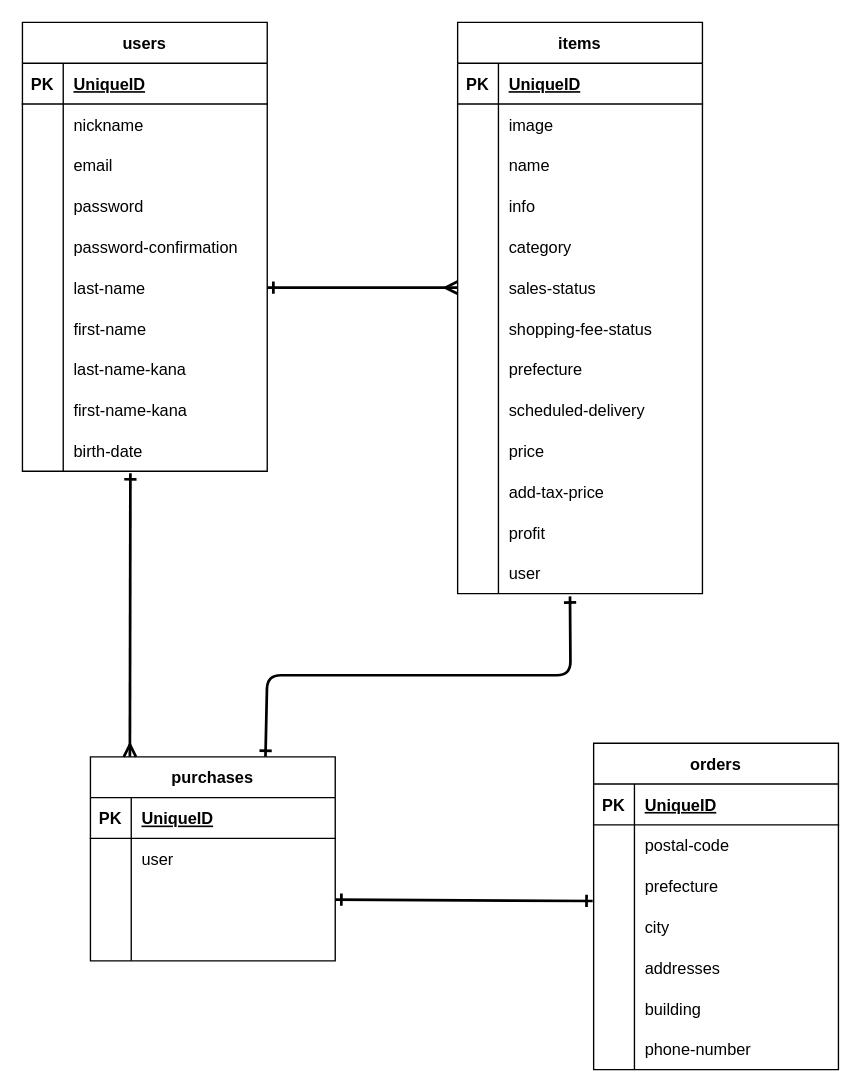
Above: furima.dio in mylrella1102/furima-39300 (draw.io), before the change. Source tidied: cells renumbered, new cells numbered last; positions are measured from the earlier drawing's top-left corner, leaving out a move shared by most shapes. Both pictures are drawn from the tidied source at 136%, with x=0, y=0 at pixel (22, 22).
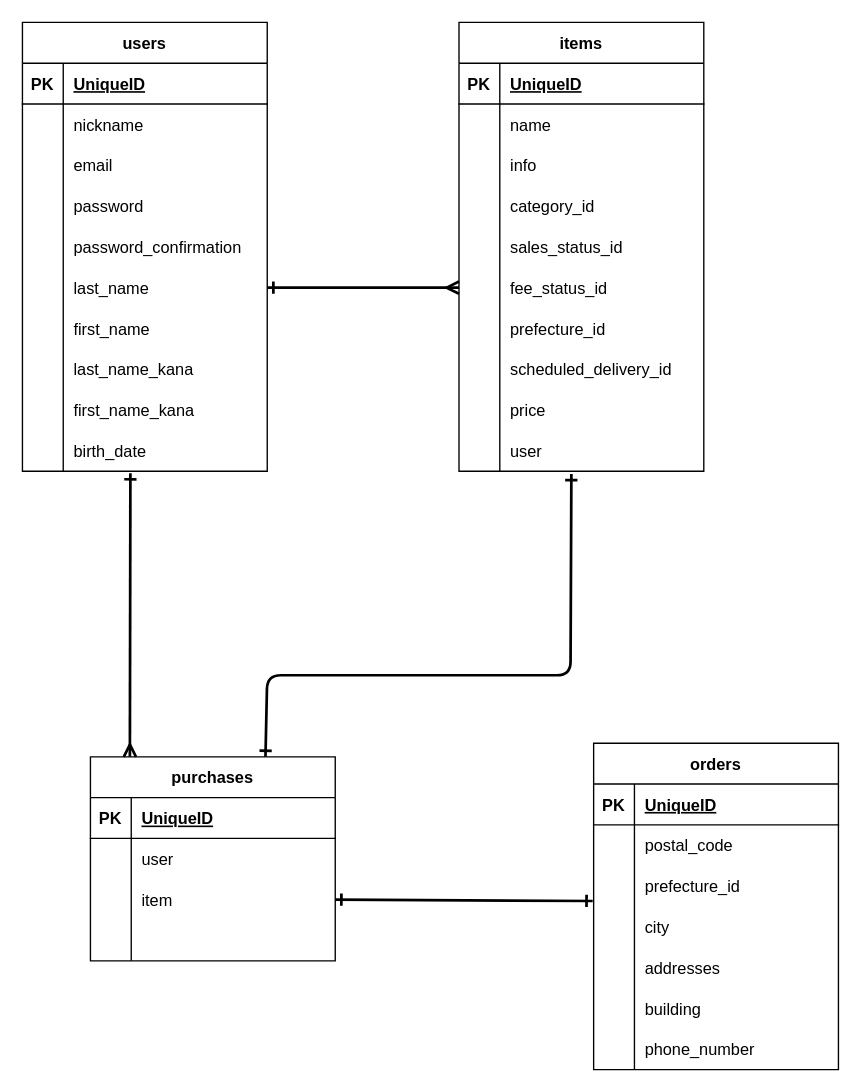
Above is the later version.

Commit message (it also covers changes not shown here):
ER図、READMEの修正

Unchanged cells that the change refers to:
```xml
<mxCell id="9" style="shape=tableRow;horizontal=0;startSize=0;swimlaneHead=0;swimlaneBody=0;fillColor=none;points=[[0,0.5],[1,0.5]];portConstraint=eastwest;top=0;left=0;right=0;bottom=0;" parent="2" vertex="1">
  <mxGeometry y="90" width="180" height="30" as="geometry" />
</mxCell>
<mxCell id="29" style="shape=tableRow;horizontal=0;startSize=0;swimlaneHead=0;swimlaneBody=0;fillColor=none;top=0;left=0;right=0;bottom=0;" parent="16" vertex="1">
  <mxGeometry y="150" width="180" height="30" as="geometry" />
</mxCell>
<mxCell id="32" style="shape=tableRow;horizontal=0;startSize=0;swimlaneHead=0;swimlaneBody=0;fillColor=none;points=[[0,0.5],[1,0.5]];portConstraint=eastwest;top=0;left=0;right=0;bottom=0;" parent="16" vertex="1">
  <mxGeometry y="180" width="180" height="30" as="geometry" />
</mxCell>
<mxCell id="35" style="shape=tableRow;horizontal=0;startSize=0;swimlaneHead=0;swimlaneBody=0;fillColor=none;top=0;left=0;right=0;bottom=0;" parent="16" vertex="1">
  <mxGeometry y="210" width="180" height="30" as="geometry" />
</mxCell>
<mxCell id="38" style="shape=tableRow;horizontal=0;startSize=0;swimlaneHead=0;swimlaneBody=0;fillColor=none;top=0;left=0;right=0;bottom=0;" parent="16" vertex="1">
  <mxGeometry y="240" width="180" height="30" as="geometry" />
</mxCell>
<mxCell id="41" style="shape=tableRow;horizontal=0;startSize=0;swimlaneHead=0;swimlaneBody=0;fillColor=none;top=0;left=0;right=0;bottom=0;" parent="16" vertex="1">
  <mxGeometry y="270" width="180" height="30" as="geometry" />
</mxCell>
<mxCell id="44" style="shape=tableRow;horizontal=0;startSize=0;swimlaneHead=0;swimlaneBody=0;fillColor=none;points=[[0,0.5],[1,0.5]];portConstraint=eastwest;top=0;left=0;right=0;bottom=0;" parent="16" vertex="1">
  <mxGeometry y="300" width="180" height="30" as="geometry" />
</mxCell>
<mxCell id="91" style="shape=tableRow;horizontal=0;startSize=0;swimlaneHead=0;swimlaneBody=0;fillColor=none;top=0;left=0;right=0;bottom=0;" parent="87" vertex="1">
  <mxGeometry y="60" width="180" height="30" as="geometry" />
</mxCell>
<mxCell id="94" style="shape=tableRow;horizontal=0;startSize=0;swimlaneHead=0;swimlaneBody=0;fillColor=none;points=[[0,0.5],[1,0.5]];portConstraint=eastwest;top=0;left=0;right=0;bottom=0;" parent="87" vertex="1">
  <mxGeometry y="90" width="180" height="30" as="geometry" />
</mxCell>
<mxCell id="106" style="shape=tableRow;horizontal=0;startSize=0;swimlaneHead=0;swimlaneBody=0;fillColor=none;top=0;left=0;right=0;bottom=0;" parent="87" vertex="1">
  <mxGeometry y="210" width="180" height="30" as="geometry" />
</mxCell>
```

Change to the diagram source:
```diff
@@
-    <mxCell id="11" style="shape=partialRectangle;fillColor=none;top=0;left=0;bottom=0;right=0;align=left;spacingLeft=6;overflow=hidden;" parent="9" vertex="1">
+    <mxCell id="11" value="item" style="shape=partialRectangle;fillColor=none;top=0;left=0;bottom=0;right=0;align=left;spacingLeft=6;overflow=hidden;" parent="9" vertex="1">
       <mxGeometry x="30" width="150" height="30" as="geometry" />
     </mxCell>
@@
-    <mxCell id="31" value="password-confirmation" style="shape=partialRectangle;fillColor=none;top=0;left=0;bottom=0;right=0;align=left;spacingLeft=6;overflow=hidden;" parent="29" vertex="1">
+    <mxCell id="31" value="password_confirmation" style="shape=partialRectangle;fillColor=none;top=0;left=0;bottom=0;right=0;align=left;spacingLeft=6;overflow=hidden;" parent="29" vertex="1">
       <mxGeometry x="30" width="150" height="30" as="geometry" />
     </mxCell>
@@
-    <mxCell id="34" value="last-name" style="shape=partialRectangle;fillColor=none;top=0;left=0;bottom=0;right=0;align=left;spacingLeft=6;overflow=hidden;" parent="32" vertex="1">
+    <mxCell id="34" value="last_name" style="shape=partialRectangle;fillColor=none;top=0;left=0;bottom=0;right=0;align=left;spacingLeft=6;overflow=hidden;" parent="32" vertex="1">
       <mxGeometry x="30" width="150" height="30" as="geometry" />
     </mxCell>
@@
-    <mxCell id="37" value="first-name" style="shape=partialRectangle;fillColor=none;top=0;left=0;bottom=0;right=0;align=left;spacingLeft=6;overflow=hidden;" parent="35" vertex="1">
+    <mxCell id="37" value="first_name" style="shape=partialRectangle;fillColor=none;top=0;left=0;bottom=0;right=0;align=left;spacingLeft=6;overflow=hidden;" parent="35" vertex="1">
       <mxGeometry x="30" width="150" height="30" as="geometry" />
     </mxCell>
@@
-    <mxCell id="40" value="last-name-kana" style="shape=partialRectangle;fillColor=none;top=0;left=0;bottom=0;right=0;align=left;spacingLeft=6;overflow=hidden;" parent="38" vertex="1">
+    <mxCell id="40" value="last_name_kana" style="shape=partialRectangle;fillColor=none;top=0;left=0;bottom=0;right=0;align=left;spacingLeft=6;overflow=hidden;" parent="38" vertex="1">
       <mxGeometry x="30" width="150" height="30" as="geometry" />
     </mxCell>
@@
-    <mxCell id="43" value="first-name-kana" style="shape=partialRectangle;fillColor=none;top=0;left=0;bottom=0;right=0;align=left;spacingLeft=6;overflow=hidden;" parent="41" vertex="1">
+    <mxCell id="43" value="first_name_kana" style="shape=partialRectangle;fillColor=none;top=0;left=0;bottom=0;right=0;align=left;spacingLeft=6;overflow=hidden;" parent="41" vertex="1">
       <mxGeometry x="30" width="150" height="30" as="geometry" />
     </mxCell>
@@
-    <mxCell id="46" value="birth-date" style="shape=partialRectangle;fillColor=none;top=0;left=0;bottom=0;right=0;align=left;spacingLeft=6;overflow=hidden;" parent="44" vertex="1">
+    <mxCell id="46" value="birth_date" style="shape=partialRectangle;fillColor=none;top=0;left=0;bottom=0;right=0;align=left;spacingLeft=6;overflow=hidden;" parent="44" vertex="1">
       <mxGeometry x="30" width="150" height="30" as="geometry" />
     </mxCell>
     <mxCell id="47" value="items" style="shape=table;startSize=30;childLayout=tableLayout;rowLines=0;fontStyle=1;align=center;" parent="15" vertex="1">
-      <mxGeometry x="320" width="180" height="420" as="geometry" />
+      <mxGeometry x="321" width="180" height="330" as="geometry" />
     </mxCell>
@@
-    <mxCell id="51" style="shape=tableRow;horizontal=0;startSize=0;swimlaneHead=0;swimlaneBody=0;fillColor=none;top=0;left=0;right=0;bottom=0;" parent="47" vertex="1">
-      <mxGeometry y="60" width="180" height="30" as="geometry" />
-    </mxCell>
-    <mxCell id="52" style="shape=partialRectangle;fillColor=none;top=0;left=0;bottom=0;right=0;overflow=hidden;" parent="51" vertex="1">
-      <mxGeometry width="30" height="30" as="geometry" />
-    </mxCell>
-    <mxCell id="53" value="image" style="shape=partialRectangle;fillColor=none;top=0;left=0;bottom=0;right=0;align=left;spacingLeft=6;overflow=hidden;" parent="51" vertex="1">
-      <mxGeometry x="30" width="150" height="30" as="geometry" />
-    </mxCell>
     <mxCell id="54" style="shape=tableRow;horizontal=0;startSize=0;swimlaneHead=0;swimlaneBody=0;fillColor=none;top=0;left=0;right=0;bottom=0;" parent="47" vertex="1">
-      <mxGeometry y="90" width="180" height="30" as="geometry" />
+      <mxGeometry y="60" width="180" height="30" as="geometry" />
     </mxCell>
@@
     <mxCell id="57" style="shape=tableRow;horizontal=0;startSize=0;swimlaneHead=0;swimlaneBody=0;fillColor=none;top=0;left=0;right=0;bottom=0;" parent="47" vertex="1">
-      <mxGeometry y="120" width="180" height="30" as="geometry" />
+      <mxGeometry y="90" width="180" height="30" as="geometry" />
     </mxCell>
@@
     <mxCell id="60" style="shape=tableRow;horizontal=0;startSize=0;swimlaneHead=0;swimlaneBody=0;fillColor=none;top=0;left=0;right=0;bottom=0;" parent="47" vertex="1">
-      <mxGeometry y="150" width="180" height="30" as="geometry" />
+      <mxGeometry y="120" width="180" height="30" as="geometry" />
     </mxCell>
@@
-    <mxCell id="62" value="category" style="shape=partialRectangle;fillColor=none;top=0;left=0;bottom=0;right=0;align=left;spacingLeft=6;overflow=hidden;" parent="60" vertex="1">
+    <mxCell id="62" value="category_id" style="shape=partialRectangle;fillColor=none;top=0;left=0;bottom=0;right=0;align=left;spacingLeft=6;overflow=hidden;" parent="60" vertex="1">
       <mxGeometry x="30" width="150" height="30" as="geometry" />
     </mxCell>
     <mxCell id="63" style="shape=tableRow;horizontal=0;startSize=0;swimlaneHead=0;swimlaneBody=0;fillColor=none;points=[[0,0.5],[1,0.5]];portConstraint=eastwest;top=0;left=0;right=0;bottom=0;" parent="47" vertex="1">
-      <mxGeometry y="180" width="180" height="30" as="geometry" />
+      <mxGeometry y="150" width="180" height="30" as="geometry" />
     </mxCell>
@@
-    <mxCell id="65" value="sales-status" style="shape=partialRectangle;fillColor=none;top=0;left=0;bottom=0;right=0;align=left;spacingLeft=6;overflow=hidden;" parent="63" vertex="1">
+    <mxCell id="65" value="sales_status_id" style="shape=partialRectangle;fillColor=none;top=0;left=0;bottom=0;right=0;align=left;spacingLeft=6;overflow=hidden;" parent="63" vertex="1">
       <mxGeometry x="30" width="150" height="30" as="geometry" />
     </mxCell>
     <mxCell id="66" style="shape=tableRow;horizontal=0;startSize=0;swimlaneHead=0;swimlaneBody=0;fillColor=none;points=[[0,0.5],[1,0.5]];portConstraint=eastwest;top=0;left=0;right=0;bottom=0;" parent="47" vertex="1">
-      <mxGeometry y="210" width="180" height="30" as="geometry" />
+      <mxGeometry y="180" width="180" height="30" as="geometry" />
     </mxCell>
@@
-    <mxCell id="68" value="shopping-fee-status" style="shape=partialRectangle;fillColor=none;top=0;left=0;bottom=0;right=0;align=left;spacingLeft=6;overflow=hidden;" parent="66" vertex="1">
+    <mxCell id="68" value="fee_status_id" style="shape=partialRectangle;fillColor=none;top=0;left=0;bottom=0;right=0;align=left;spacingLeft=6;overflow=hidden;" parent="66" vertex="1">
       <mxGeometry x="30" width="150" height="30" as="geometry" />
     </mxCell>
     <mxCell id="69" style="shape=tableRow;horizontal=0;startSize=0;swimlaneHead=0;swimlaneBody=0;fillColor=none;top=0;left=0;right=0;bottom=0;" parent="47" vertex="1">
-      <mxGeometry y="240" width="180" height="30" as="geometry" />
+      <mxGeometry y="210" width="180" height="30" as="geometry" />
     </mxCell>
@@
-    <mxCell id="71" value="prefecture" style="shape=partialRectangle;fillColor=none;top=0;left=0;bottom=0;right=0;align=left;spacingLeft=6;overflow=hidden;" parent="69" vertex="1">
+    <mxCell id="71" value="prefecture_id" style="shape=partialRectangle;fillColor=none;top=0;left=0;bottom=0;right=0;align=left;spacingLeft=6;overflow=hidden;" parent="69" vertex="1">
       <mxGeometry x="30" width="150" height="30" as="geometry" />
     </mxCell>
     <mxCell id="72" style="shape=tableRow;horizontal=0;startSize=0;swimlaneHead=0;swimlaneBody=0;fillColor=none;top=0;left=0;right=0;bottom=0;" parent="47" vertex="1">
-      <mxGeometry y="270" width="180" height="30" as="geometry" />
+      <mxGeometry y="240" width="180" height="30" as="geometry" />
     </mxCell>
@@
-    <mxCell id="74" value="scheduled-delivery" style="shape=partialRectangle;fillColor=none;top=0;left=0;bottom=0;right=0;align=left;spacingLeft=6;overflow=hidden;" parent="72" vertex="1">
+    <mxCell id="74" value="scheduled_delivery_id" style="shape=partialRectangle;fillColor=none;top=0;left=0;bottom=0;right=0;align=left;spacingLeft=6;overflow=hidden;" parent="72" vertex="1">
       <mxGeometry x="30" width="150" height="30" as="geometry" />
     </mxCell>
     <mxCell id="75" style="shape=tableRow;horizontal=0;startSize=0;swimlaneHead=0;swimlaneBody=0;fillColor=none;top=0;left=0;right=0;bottom=0;" parent="47" vertex="1">
-      <mxGeometry y="300" width="180" height="30" as="geometry" />
+      <mxGeometry y="270" width="180" height="30" as="geometry" />
     </mxCell>
@@
-    <mxCell id="78" style="shape=tableRow;horizontal=0;startSize=0;swimlaneHead=0;swimlaneBody=0;fillColor=none;top=0;left=0;right=0;bottom=0;" parent="47" vertex="1">
-      <mxGeometry y="330" width="180" height="30" as="geometry" />
-    </mxCell>
-    <mxCell id="79" style="shape=partialRectangle;fillColor=none;top=0;left=0;bottom=0;right=0;overflow=hidden;" parent="78" vertex="1">
-      <mxGeometry width="30" height="30" as="geometry" />
-    </mxCell>
-    <mxCell id="80" value="add-tax-price" style="shape=partialRectangle;fillColor=none;top=0;left=0;bottom=0;right=0;align=left;spacingLeft=6;overflow=hidden;" parent="78" vertex="1">
-      <mxGeometry x="30" width="150" height="30" as="geometry" />
-    </mxCell>
-    <mxCell id="81" style="shape=tableRow;horizontal=0;startSize=0;swimlaneHead=0;swimlaneBody=0;fillColor=none;top=0;left=0;right=0;bottom=0;" parent="47" vertex="1">
-      <mxGeometry y="360" width="180" height="30" as="geometry" />
-    </mxCell>
-    <mxCell id="82" style="shape=partialRectangle;fillColor=none;top=0;left=0;bottom=0;right=0;overflow=hidden;" parent="81" vertex="1">
-      <mxGeometry width="30" height="30" as="geometry" />
-    </mxCell>
-    <mxCell id="83" value="profit" style="shape=partialRectangle;fillColor=none;top=0;left=0;bottom=0;right=0;align=left;spacingLeft=6;overflow=hidden;" parent="81" vertex="1">
-      <mxGeometry x="30" width="150" height="30" as="geometry" />
-    </mxCell>
     <mxCell id="84" style="shape=tableRow;horizontal=0;startSize=0;swimlaneHead=0;swimlaneBody=0;fillColor=none;points=[[0,0.5],[1,0.5]];portConstraint=eastwest;top=0;left=0;right=0;bottom=0;" parent="47" vertex="1">
-      <mxGeometry y="390" width="180" height="30" as="geometry" />
+      <mxGeometry y="300" width="180" height="30" as="geometry" />
     </mxCell>
@@
-    <mxCell id="93" value="postal-code" style="shape=partialRectangle;fillColor=none;top=0;left=0;bottom=0;right=0;align=left;spacingLeft=6;overflow=hidden;" parent="91" vertex="1">
+    <mxCell id="93" value="postal_code" style="shape=partialRectangle;fillColor=none;top=0;left=0;bottom=0;right=0;align=left;spacingLeft=6;overflow=hidden;" parent="91" vertex="1">
       <mxGeometry x="30" width="150" height="30" as="geometry" />
     </mxCell>
@@
-    <mxCell id="96" value="prefecture" style="shape=partialRectangle;fillColor=none;top=0;left=0;bottom=0;right=0;align=left;spacingLeft=6;overflow=hidden;" parent="94" vertex="1">
+    <mxCell id="96" value="prefecture_id" style="shape=partialRectangle;fillColor=none;top=0;left=0;bottom=0;right=0;align=left;spacingLeft=6;overflow=hidden;" parent="94" vertex="1">
       <mxGeometry x="30" width="150" height="30" as="geometry" />
     </mxCell>
@@
-    <mxCell id="108" value="phone-number" style="shape=partialRectangle;fillColor=none;top=0;left=0;bottom=0;right=0;align=left;spacingLeft=6;overflow=hidden;" parent="106" vertex="1">
+    <mxCell id="108" value="phone_number" style="shape=partialRectangle;fillColor=none;top=0;left=0;bottom=0;right=0;align=left;spacingLeft=6;overflow=hidden;" parent="106" vertex="1">
       <mxGeometry x="30" width="150" height="30" as="geometry" />
     </mxCell>
-    <mxCell id="109" style="edgeStyle=none;html=1;exitX=1;exitY=0.5;exitDx=0;exitDy=0;startArrow=ERone;startFill=0;endArrow=ERmany;endFill=0;strokeWidth=2;entryX=0;entryY=0.5;entryDx=0;entryDy=0;entryPerimeter=0;" parent="15" edge="1" source="32" target="63">
+    <mxCell id="109" style="edgeStyle=none;html=1;exitX=1;exitY=0.5;exitDx=0;exitDy=0;startArrow=ERone;startFill=0;endArrow=ERmany;endFill=0;strokeWidth=2;entryX=0;entryY=0.5;entryDx=0;entryDy=0;" parent="15" edge="1" source="32" target="66">
       <mxGeometry relative="1" as="geometry" />
     </mxCell>
```
